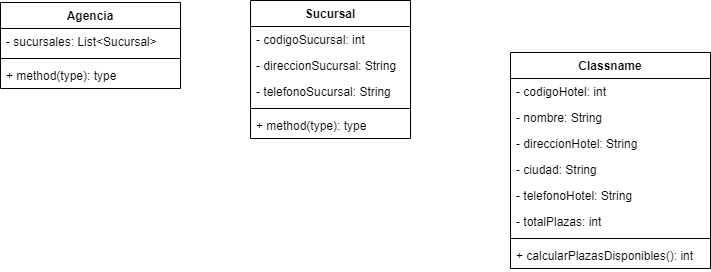
mackstm/ets keeps this draw.io diagram as unidad-4/Class-Diagram-Maxi/agencia-viajes-maxi.png. Above is the earlier version. Source tidied: cells renumbered, new cells last; positions are measured from the earlier drawing's top-left corner, leaving out a move shared by most shapes.
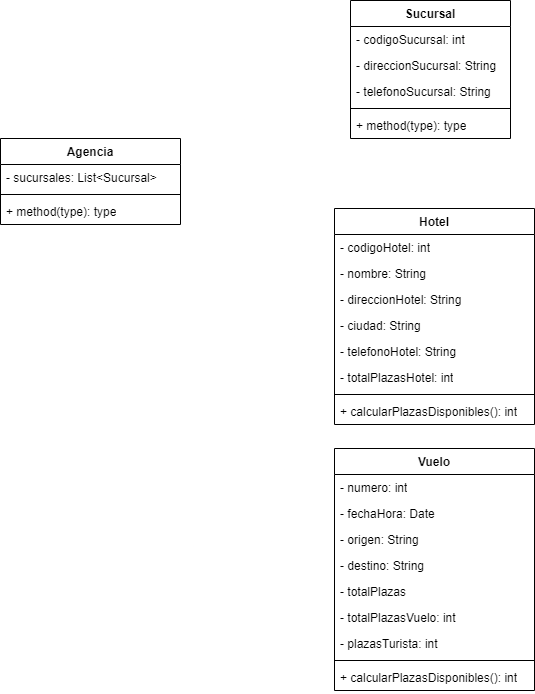
After the commit.

The edit, as a diff of the source:
```diff
@@ -3,7 +3,7 @@
     <mxCell id="0" />
     <mxCell id="1" parent="0" />
     <mxCell id="2" value="Agencia" style="swimlane;fontStyle=1;align=center;verticalAlign=top;horizontal=1;startSize=26;whiteSpace=wrap;html=1;" parent="1" vertex="1">
-      <mxGeometry y="2" width="180" height="86" as="geometry" />
+      <mxGeometry x="-100" y="2" width="180" height="86" as="geometry" />
     </mxCell>
     <mxCell id="3" value="- sucursales: List&amp;lt;Sucursal&amp;gt;" style="text;strokeColor=none;fillColor=none;align=left;verticalAlign=top;spacingLeft=4;spacingRight=4;overflow=hidden;whiteSpace=wrap;html=1;" parent="2" vertex="1">
       <mxGeometry y="26" width="180" height="26" as="geometry" />
@@ -15,7 +15,7 @@
       <mxGeometry y="60" width="180" height="26" as="geometry" />
     </mxCell>
     <mxCell id="6" value="Sucursal" style="swimlane;fontStyle=1;align=center;verticalAlign=top;horizontal=1;startSize=26;whiteSpace=wrap;html=1;" parent="1" vertex="1">
-      <mxGeometry x="250" width="160" height="138" as="geometry" />
+      <mxGeometry x="250" y="-136" width="160" height="138" as="geometry" />
     </mxCell>
     <mxCell id="7" value="- codigoSucursal: int" style="text;strokeColor=none;fillColor=none;align=left;verticalAlign=top;spacingLeft=4;spacingRight=4;overflow=hidden;whiteSpace=wrap;html=1;" parent="6" vertex="1">
       <mxGeometry y="26" width="160" height="26" as="geometry" />
@@ -32,8 +32,8 @@
     <mxCell id="11" value="+ method(type): type" style="text;strokeColor=none;fillColor=none;align=left;verticalAlign=top;spacingLeft=4;spacingRight=4;overflow=hidden;whiteSpace=wrap;html=1;" parent="6" vertex="1">
       <mxGeometry y="112" width="160" height="26" as="geometry" />
     </mxCell>
-    <mxCell id="12" value="Classname" style="swimlane;fontStyle=1;align=center;verticalAlign=top;horizontal=1;startSize=26;whiteSpace=wrap;html=1;" parent="1" vertex="1">
-      <mxGeometry x="510" y="52" width="200" height="216" as="geometry" />
+    <mxCell id="12" value="Hotel" style="swimlane;fontStyle=1;align=center;verticalAlign=top;horizontal=1;startSize=26;whiteSpace=wrap;html=1;" parent="1" vertex="1">
+      <mxGeometry x="234" y="72" width="200" height="216" as="geometry" />
     </mxCell>
     <mxCell id="13" value="- codigoHotel: int" style="text;strokeColor=none;fillColor=none;align=left;verticalAlign=top;spacingLeft=4;spacingRight=4;overflow=hidden;whiteSpace=wrap;html=1;" parent="12" vertex="1">
       <mxGeometry y="26" width="200" height="26" as="geometry" />
@@ -50,7 +50,7 @@
     <mxCell id="17" value="- telefonoHotel: String" style="text;strokeColor=none;fillColor=none;align=left;verticalAlign=top;spacingLeft=4;spacingRight=4;overflow=hidden;whiteSpace=wrap;html=1;" parent="12" vertex="1">
       <mxGeometry y="130" width="200" height="26" as="geometry" />
     </mxCell>
-    <mxCell id="18" value="- totalPlazas: int" style="text;strokeColor=none;fillColor=none;align=left;verticalAlign=top;spacingLeft=4;spacingRight=4;overflow=hidden;whiteSpace=wrap;html=1;" parent="12" vertex="1">
+    <mxCell id="18" value="- totalPlazasHotel: int" style="text;strokeColor=none;fillColor=none;align=left;verticalAlign=top;spacingLeft=4;spacingRight=4;overflow=hidden;whiteSpace=wrap;html=1;" parent="12" vertex="1">
       <mxGeometry y="156" width="200" height="26" as="geometry" />
     </mxCell>
     <mxCell id="19" style="line;strokeWidth=1;fillColor=none;align=left;verticalAlign=middle;spacingTop=-1;spacingLeft=3;spacingRight=3;labelPosition=right;strokeColor=inherit;" parent="12" vertex="1">
@@ -59,5 +59,35 @@
     <mxCell id="20" value="+ calcularPlazasDisponibles(): int" style="text;strokeColor=none;fillColor=none;align=left;verticalAlign=top;spacingLeft=4;spacingRight=4;overflow=hidden;whiteSpace=wrap;html=1;" parent="12" vertex="1">
       <mxGeometry y="190" width="200" height="26" as="geometry" />
     </mxCell>
+    <mxCell id="21" value="Vuelo" style="swimlane;fontStyle=1;align=center;verticalAlign=top;horizontal=1;startSize=26;whiteSpace=wrap;html=1;" parent="1" vertex="1">
+      <mxGeometry x="234" y="312" width="200" height="242" as="geometry" />
+    </mxCell>
+    <mxCell id="22" value="- numero: int" style="text;strokeColor=none;fillColor=none;align=left;verticalAlign=top;spacingLeft=4;spacingRight=4;overflow=hidden;whiteSpace=wrap;html=1;" parent="21" vertex="1">
+      <mxGeometry y="26" width="200" height="26" as="geometry" />
+    </mxCell>
+    <mxCell id="23" value="- fechaHora: Date" style="text;strokeColor=none;fillColor=none;align=left;verticalAlign=top;spacingLeft=4;spacingRight=4;overflow=hidden;whiteSpace=wrap;html=1;" parent="21" vertex="1">
+      <mxGeometry y="52" width="200" height="26" as="geometry" />
+    </mxCell>
+    <mxCell id="24" value="- origen: String" style="text;strokeColor=none;fillColor=none;align=left;verticalAlign=top;spacingLeft=4;spacingRight=4;overflow=hidden;whiteSpace=wrap;html=1;" parent="21" vertex="1">
+      <mxGeometry y="78" width="200" height="26" as="geometry" />
+    </mxCell>
+    <mxCell id="25" value="- destino: String" style="text;strokeColor=none;fillColor=none;align=left;verticalAlign=top;spacingLeft=4;spacingRight=4;overflow=hidden;whiteSpace=wrap;html=1;" parent="21" vertex="1">
+      <mxGeometry y="104" width="200" height="26" as="geometry" />
+    </mxCell>
+    <mxCell id="26" value="- totalPlazas" style="text;strokeColor=none;fillColor=none;align=left;verticalAlign=top;spacingLeft=4;spacingRight=4;overflow=hidden;whiteSpace=wrap;html=1;" parent="21" vertex="1">
+      <mxGeometry y="130" width="200" height="26" as="geometry" />
+    </mxCell>
+    <mxCell id="27" value="- totalPlazasVuelo: int" style="text;strokeColor=none;fillColor=none;align=left;verticalAlign=top;spacingLeft=4;spacingRight=4;overflow=hidden;whiteSpace=wrap;html=1;" parent="21" vertex="1">
+      <mxGeometry y="156" width="200" height="26" as="geometry" />
+    </mxCell>
+    <mxCell id="28" value="- plazasTurista: int" style="text;strokeColor=none;fillColor=none;align=left;verticalAlign=top;spacingLeft=4;spacingRight=4;overflow=hidden;whiteSpace=wrap;html=1;" parent="21" vertex="1">
+      <mxGeometry y="182" width="200" height="26" as="geometry" />
+    </mxCell>
+    <mxCell id="29" style="line;strokeWidth=1;fillColor=none;align=left;verticalAlign=middle;spacingTop=-1;spacingLeft=3;spacingRight=3;labelPosition=right;strokeColor=inherit;" parent="21" vertex="1">
+      <mxGeometry y="208" width="200" height="8" as="geometry" />
+    </mxCell>
+    <mxCell id="30" value="+ calcularPlazasDisponibles(): int" style="text;strokeColor=none;fillColor=none;align=left;verticalAlign=top;spacingLeft=4;spacingRight=4;overflow=hidden;whiteSpace=wrap;html=1;" parent="21" vertex="1">
+      <mxGeometry y="216" width="200" height="26" as="geometry" />
+    </mxCell>
   </root>
 </mxGraphModel>
```
